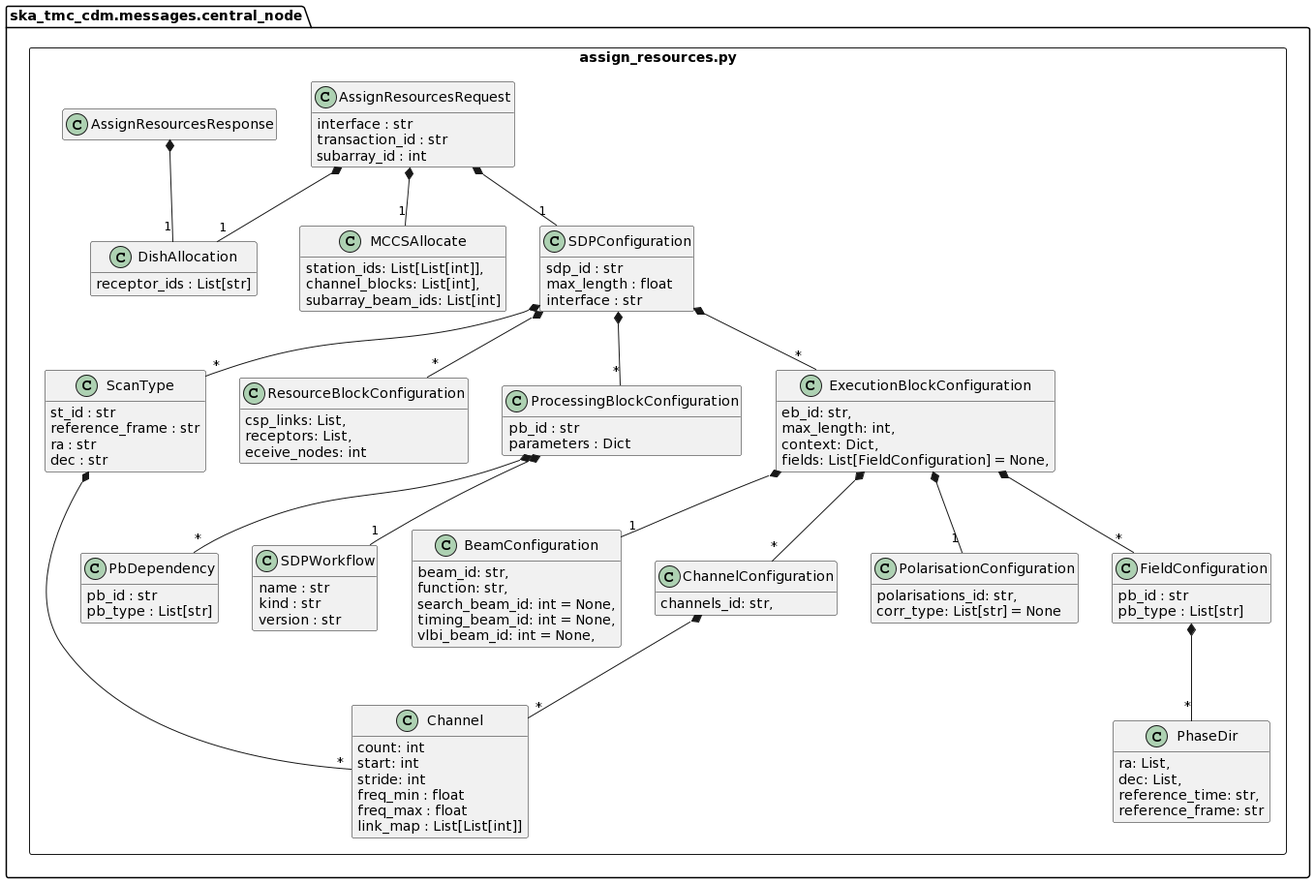
Before: docs/src/developer/centralnode/assignresource_PI16.png, a diagram exported from PlantUML (ska-telescope/cdm-shared-library).
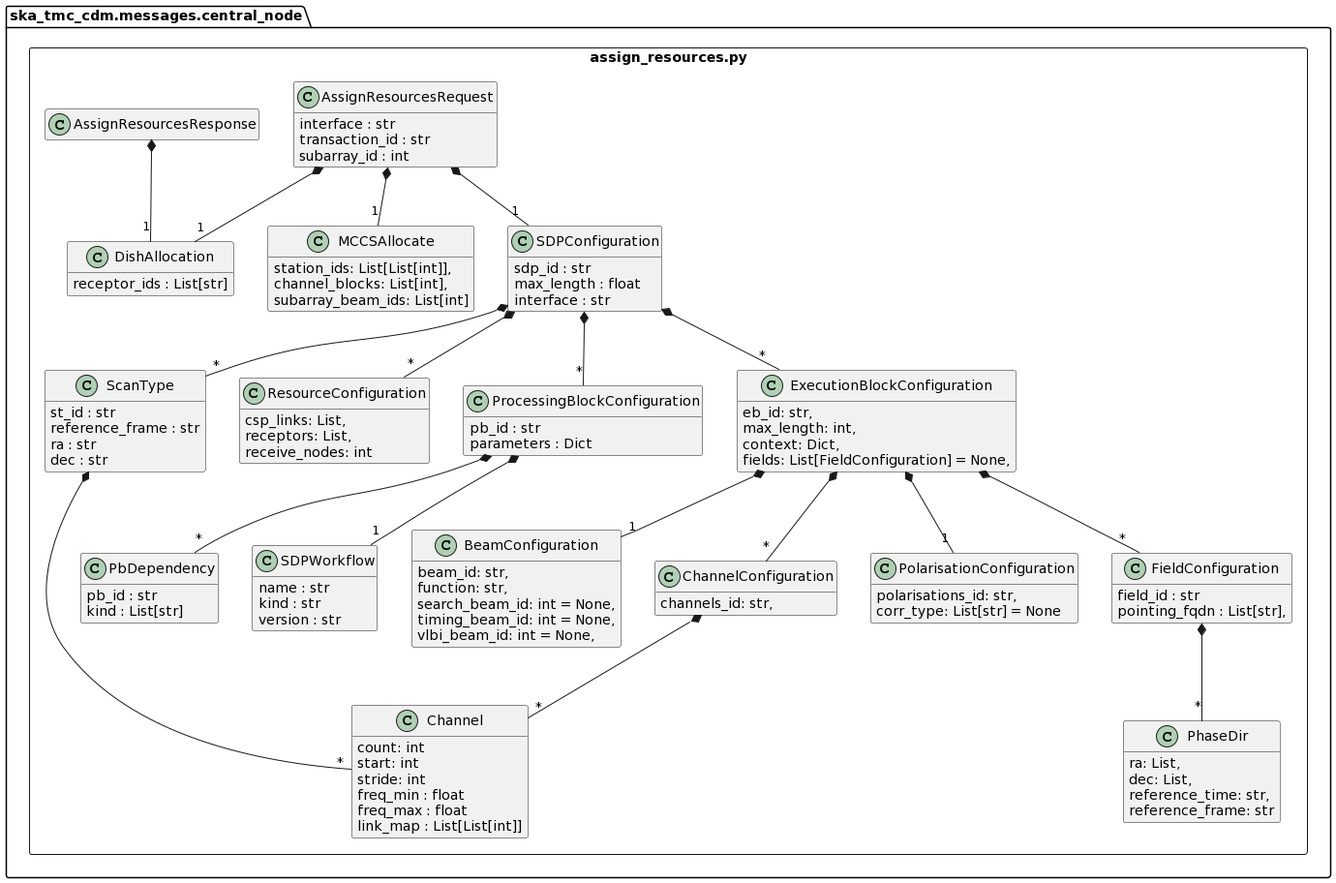
After the commit.

Diff of the diagram source:
```diff
@@ -32,12 +32,12 @@
 
         class PbDependency {
             pb_id : str
-            pb_type : List[str]
+            kind : List[str]
         }
-         class ResourceBlockConfiguration {
+         class ResourceConfiguration {
             csp_links: List,
             receptors: List,
-            eceive_nodes: int
+            receive_nodes: int
         }
         class PhaseDir {
             ra: List,
@@ -62,8 +62,8 @@
         }
 
         class FieldConfiguration {
-            pb_id : str
-            pb_type : List[str]
+            field_id : str
+            pointing_fqdn : List[str],
         }
 
         FieldConfiguration  *-- "*" PhaseDir
@@ -100,7 +100,7 @@
         SDPConfiguration *-- "*" ScanType
         SDPConfiguration *-- "*" ProcessingBlockConfiguration
         SDPConfiguration *-- "*" ExecutionBlockConfiguration
-        SDPConfiguration *-- "*" ResourceBlockConfiguration
+        SDPConfiguration *-- "*" ResourceConfiguration
 
         class AssignResourcesRequest {
             interface : str
```
